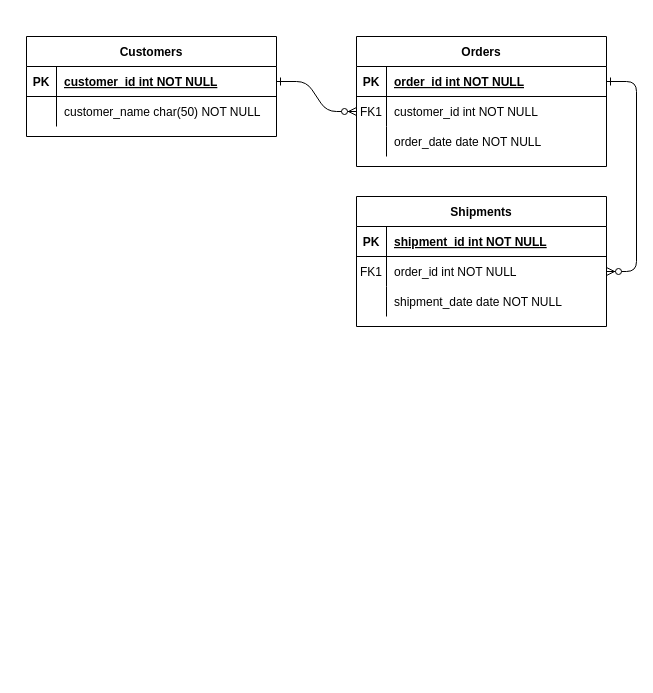
Earlier version of the draw.io diagram Untitled Diagram.drawio (akcdev777/pms). Source tidied: cells renumbered, new cells numbered last; positions are measured from the earlier drawing's top-left corner, leaving out a move shared by most shapes. Both pictures are drawn from the tidied source at 100%, with x=0, y=0 at pixel (26, 36).
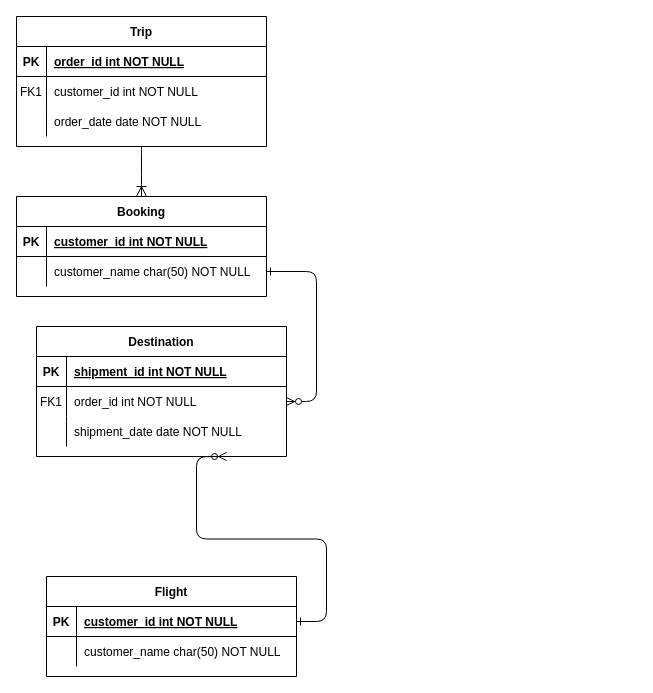
Above is the later version.

Unchanged cells that the change refers to:
```xml
<mxCell id="5" style="shape=partialRectangle;fillColor=none;points=[[0,0.5],[1,0.5]];portConstraint=eastwest;top=0;left=0;right=0;bottom=1;" parent="4" vertex="1">
  <mxGeometry y="30" width="250" height="30" as="geometry" />
</mxCell>
<mxCell id="8" style="shape=partialRectangle;fillColor=none;points=[[0,0.5],[1,0.5]];portConstraint=eastwest;top=0;left=0;right=0;bottom=0;" parent="4" vertex="1">
  <mxGeometry y="60" width="250" height="30" as="geometry" />
</mxCell>
<mxCell id="18" style="shape=partialRectangle;fillColor=none;points=[[0,0.5],[1,0.5]];portConstraint=eastwest;top=0;left=0;right=0;bottom=0;" parent="14" vertex="1">
  <mxGeometry y="60" width="250" height="30" as="geometry" />
</mxCell>
<mxCell id="25" style="shape=partialRectangle;fillColor=none;points=[[0,0.5],[1,0.5]];portConstraint=eastwest;top=0;left=0;right=0;bottom=1;" parent="24" vertex="1">
  <mxGeometry y="30" width="250" height="30" as="geometry" />
</mxCell>
```

The edit, as a diff of the source:
```diff
@@
-    <mxCell id="2" style="edgeStyle=entityRelationEdgeStyle;endArrow=ERzeroToMany;startArrow=ERone;endFill=1;startFill=0;" parent="1" edge="1" source="25" target="8">
-      <mxGeometry relative="1" as="geometry" />
+    <mxCell id="2" style="edgeStyle=entityRelationEdgeStyle;endArrow=ERzeroToMany;startArrow=ERone;endFill=1;startFill=0;" parent="1" edge="1" source="25">
+      <mxGeometry relative="1" as="geometry">
+        <mxPoint x="200" y="420" as="targetPoint" />
+      </mxGeometry>
     </mxCell>
-    <mxCell id="3" style="edgeStyle=entityRelationEdgeStyle;endArrow=ERzeroToMany;startArrow=ERone;endFill=1;startFill=0;" parent="1" edge="1" source="5" target="18">
+    <mxCell id="3" style="edgeStyle=entityRelationEdgeStyle;endArrow=ERzeroToMany;startArrow=ERone;endFill=1;startFill=0;" parent="1" edge="1" source="37" target="18">
       <mxGeometry relative="1" as="geometry" />
     </mxCell>
+    <mxCell id="31" style="edgeStyle=none;curved=1;rounded=0;jettySize=auto;html=1;entryX=0.5;entryY=0;entryDx=0;entryDy=0;fontSize=12;startSize=8;endSize=8;endArrow=ERoneToMany;endFill=0;" parent="1" edge="1" source="4" target="33">
+      <mxGeometry relative="1" as="geometry" />
+    </mxCell>
-    <mxCell id="4" value="Orders" style="shape=table;startSize=30;childLayout=tableLayout;rowLines=0;fontStyle=1;align=center;" parent="1" vertex="1">
-      <mxGeometry x="330" width="250" height="130" as="geometry" />
+    <mxCell id="4" value="Trip" style="shape=table;startSize=30;childLayout=tableLayout;rowLines=0;fontStyle=1;align=center;" parent="1" vertex="1">
+      <mxGeometry x="-10" y="-20" width="250" height="130" as="geometry" />
     </mxCell>
@@
+    <mxCell id="32" style="edgeStyle=none;curved=1;rounded=0;orthogonalLoop=1;jettySize=auto;html=1;exitX=0;exitY=0.5;exitDx=0;exitDy=0;fontSize=12;startSize=8;endSize=8;" parent="4" edge="1" source="8" target="8">
+      <mxGeometry relative="1" as="geometry" />
+    </mxCell>
-    <mxCell id="14" value="Shipments" style="shape=table;startSize=30;childLayout=tableLayout;rowLines=0;fontStyle=1;align=center;" parent="1" vertex="1">
-      <mxGeometry x="330" y="160" width="250" height="130" as="geometry" />
+    <mxCell id="14" value="Destination" style="shape=table;startSize=30;childLayout=tableLayout;rowLines=0;fontStyle=1;align=center;" parent="1" vertex="1">
+      <mxGeometry x="10" y="290" width="250" height="130" as="geometry" />
     </mxCell>
@@
-    <mxCell id="24" value="Customers" style="shape=table;startSize=30;childLayout=tableLayout;rowLines=0;fontStyle=1;align=center;" parent="1" vertex="1">
-      <mxGeometry width="250" height="100" as="geometry" />
+    <mxCell id="24" value="Flight" style="shape=table;startSize=30;childLayout=tableLayout;rowLines=0;fontStyle=1;align=center;" parent="1" vertex="1">
+      <mxGeometry x="20" y="540" width="250" height="100" as="geometry" />
     </mxCell>
@@
+    <mxCell id="33" value="Booking" style="shape=table;startSize=30;childLayout=tableLayout;rowLines=0;fontStyle=1;align=center;" parent="1" vertex="1">
+      <mxGeometry x="-10" y="160" width="250" height="100" as="geometry" />
+    </mxCell>
+    <mxCell id="34" style="shape=partialRectangle;fillColor=none;top=0;left=0;right=0;bottom=1;" parent="33" vertex="1">
+      <mxGeometry y="30" width="250" height="30" as="geometry" />
+    </mxCell>
+    <mxCell id="35" value="PK" style="shape=partialRectangle;overflow=hidden;fillColor=none;top=0;left=0;bottom=0;right=0;fontStyle=1;" parent="34" vertex="1">
+      <mxGeometry width="30" height="30" as="geometry" />
+    </mxCell>
+    <mxCell id="36" value="customer_id int NOT NULL " style="shape=partialRectangle;overflow=hidden;fillColor=none;top=0;left=0;bottom=0;right=0;align=left;spacingLeft=6;fontStyle=5;" parent="34" vertex="1">
+      <mxGeometry x="30" width="220" height="30" as="geometry" />
+    </mxCell>
+    <mxCell id="37" style="shape=partialRectangle;fillColor=none;points=[[0,0.5],[1,0.5]];portConstraint=eastwest;top=0;left=0;right=0;bottom=0;" parent="33" vertex="1">
+      <mxGeometry y="60" width="250" height="30" as="geometry" />
+    </mxCell>
+    <mxCell id="38" style="shape=partialRectangle;overflow=hidden;fillColor=none;top=0;left=0;bottom=0;right=0;" parent="37" vertex="1">
+      <mxGeometry width="30" height="30" as="geometry" />
+    </mxCell>
+    <mxCell id="39" value="customer_name char(50) NOT NULL" style="shape=partialRectangle;overflow=hidden;fillColor=none;top=0;left=0;bottom=0;right=0;align=left;spacingLeft=6;" parent="37" vertex="1">
+      <mxGeometry x="30" width="220" height="30" as="geometry" />
+    </mxCell>
+    <mxCell id="40" style="edgeStyle=none;curved=1;rounded=0;orthogonalLoop=1;jettySize=auto;html=1;exitX=0.75;exitY=0;exitDx=0;exitDy=0;fontSize=12;startSize=8;endSize=8;" parent="1" edge="1" source="24" target="24">
+      <mxGeometry relative="1" as="geometry" />
+    </mxCell>
```
